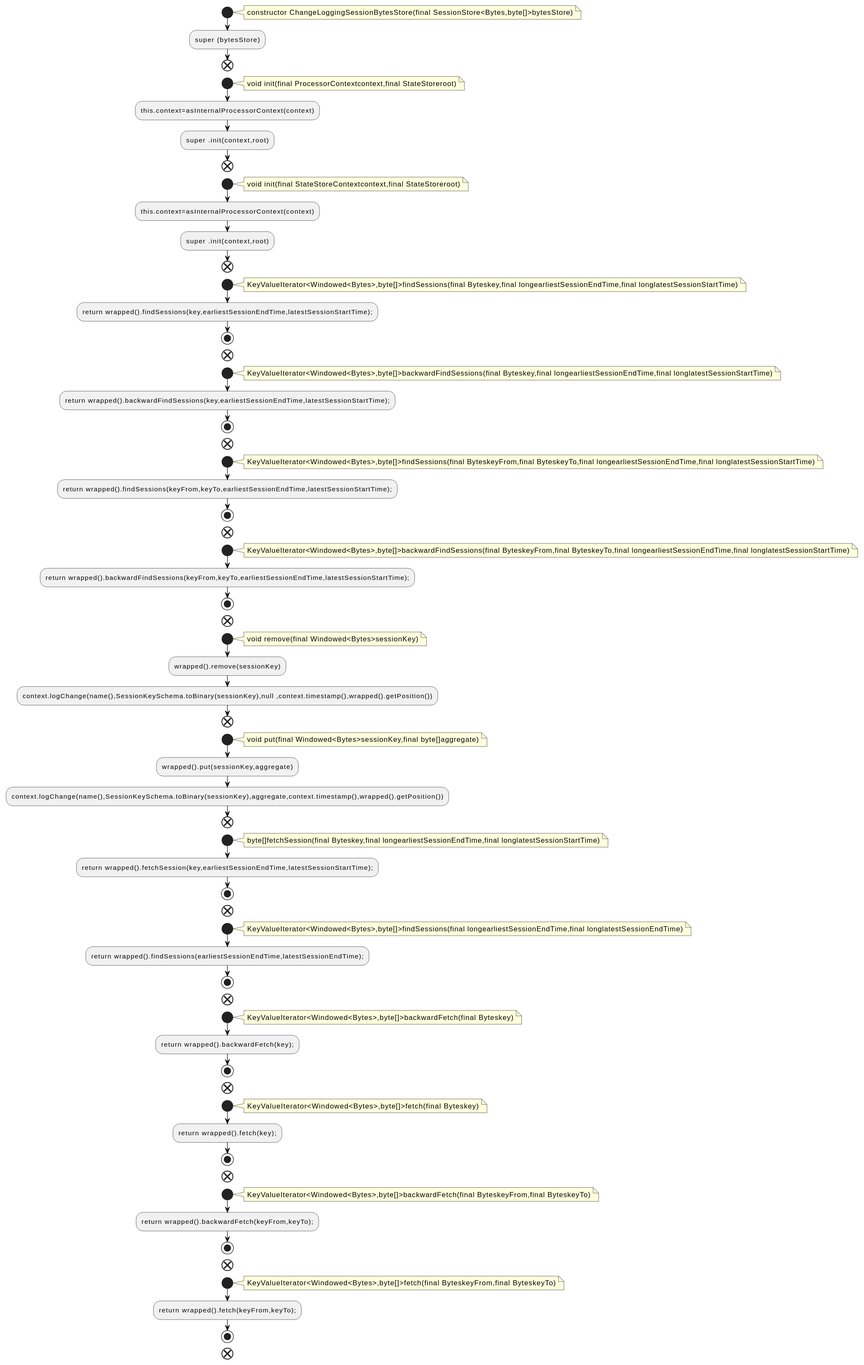
Earlier version of the PlantUML export docs/qc/streams/src/main/java/org/apache/kafka/streams/state/internals/ChangeLoggingSessionBytesStore.java.fct.svg (qualitesys/kafka).
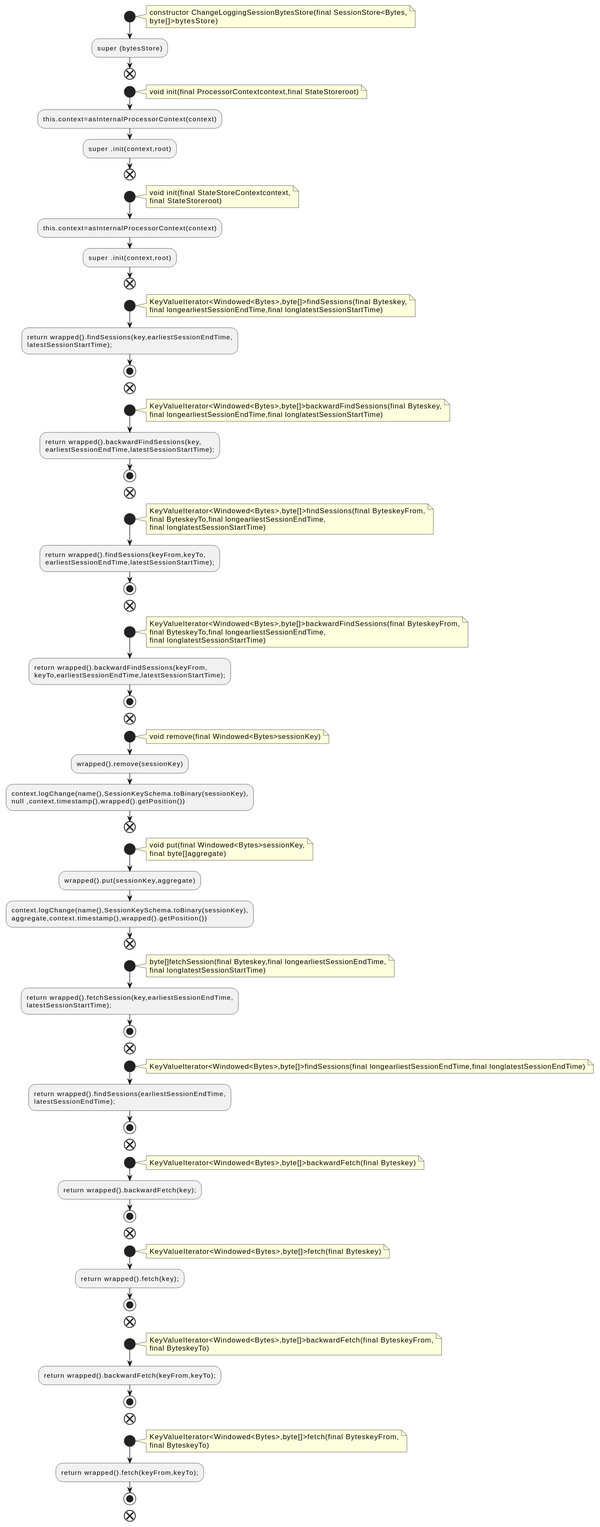
The same diagram one commit later.

The edit, as a diff of the source:
```diff
@@ -2,7 +2,8 @@
 !pragma layout smetana
 start
 note right
-constructor ChangeLoggingSessionBytesStore(final SessionStore<Bytes,byte[]>bytesStore)
+constructor ChangeLoggingSessionBytesStore(final SessionStore<Bytes,
+byte[]>bytesStore)
 end note
 :super (bytesStore);
 end
@@ -15,37 +16,48 @@
 end
 start
 note right
-void init(final StateStoreContextcontext,final StateStoreroot)
+void init(final StateStoreContextcontext,
+final StateStoreroot)
 end note
 :this.context=asInternalProcessorContext(context);
 :super .init(context,root);
 end
 start
 note right
-KeyValueIterator<Windowed<Bytes>,byte[]>findSessions(final Byteskey,final longearliestSessionEndTime,final longlatestSessionStartTime)
+KeyValueIterator<Windowed<Bytes>,byte[]>findSessions(final Byteskey,
+final longearliestSessionEndTime,final longlatestSessionStartTime)
 end note
-:return wrapped().findSessions(key,earliestSessionEndTime,latestSessionStartTime);;
+:return wrapped().findSessions(key,earliestSessionEndTime,
+latestSessionStartTime);;
 stop
 end
 start
 note right
-KeyValueIterator<Windowed<Bytes>,byte[]>backwardFindSessions(final Byteskey,final longearliestSessionEndTime,final longlatestSessionStartTime)
+KeyValueIterator<Windowed<Bytes>,byte[]>backwardFindSessions(final Byteskey,
+final longearliestSessionEndTime,final longlatestSessionStartTime)
 end note
-:return wrapped().backwardFindSessions(key,earliestSessionEndTime,latestSessionStartTime);;
+:return wrapped().backwardFindSessions(key,
+earliestSessionEndTime,latestSessionStartTime);;
 stop
 end
 start
 note right
-KeyValueIterator<Windowed<Bytes>,byte[]>findSessions(final ByteskeyFrom,final ByteskeyTo,final longearliestSessionEndTime,final longlatestSessionStartTime)
+KeyValueIterator<Windowed<Bytes>,byte[]>findSessions(final ByteskeyFrom,
+final ByteskeyTo,final longearliestSessionEndTime,
+final longlatestSessionStartTime)
 end note
-:return wrapped().findSessions(keyFrom,keyTo,earliestSessionEndTime,latestSessionStartTime);;
+:return wrapped().findSessions(keyFrom,keyTo,
+earliestSessionEndTime,latestSessionStartTime);;
 stop
 end
 start
 note right
-KeyValueIterator<Windowed<Bytes>,byte[]>backwardFindSessions(final ByteskeyFrom,final ByteskeyTo,final longearliestSessionEndTime,final longlatestSessionStartTime)
+KeyValueIterator<Windowed<Bytes>,byte[]>backwardFindSessions(final ByteskeyFrom,
+final ByteskeyTo,final longearliestSessionEndTime,
+final longlatestSessionStartTime)
 end note
-:return wrapped().backwardFindSessions(keyFrom,keyTo,earliestSessionEndTime,latestSessionStartTime);;
+:return wrapped().backwardFindSessions(keyFrom,
+keyTo,earliestSessionEndTime,latestSessionStartTime);;
 stop
 end
 start
@@ -53,27 +65,33 @@
 void remove(final Windowed<Bytes>sessionKey)
 end note
 :wrapped().remove(sessionKey);
-:context.logChange(name(),SessionKeySchema.toBinary(sessionKey),null ,context.timestamp(),wrapped().getPosition());
+:context.logChange(name(),SessionKeySchema.toBinary(sessionKey),
+null ,context.timestamp(),wrapped().getPosition());
 end
 start
 note right
-void put(final Windowed<Bytes>sessionKey,final byte[]aggregate)
+void put(final Windowed<Bytes>sessionKey,
+final byte[]aggregate)
 end note
 :wrapped().put(sessionKey,aggregate);
-:context.logChange(name(),SessionKeySchema.toBinary(sessionKey),aggregate,context.timestamp(),wrapped().getPosition());
+:context.logChange(name(),SessionKeySchema.toBinary(sessionKey),
+aggregate,context.timestamp(),wrapped().getPosition());
 end
 start
 note right
-byte[]fetchSession(final Byteskey,final longearliestSessionEndTime,final longlatestSessionStartTime)
+byte[]fetchSession(final Byteskey,final longearliestSessionEndTime,
+final longlatestSessionStartTime)
 end note
-:return wrapped().fetchSession(key,earliestSessionEndTime,latestSessionStartTime);;
+:return wrapped().fetchSession(key,earliestSessionEndTime,
+latestSessionStartTime);;
 stop
 end
 start
 note right
 KeyValueIterator<Windowed<Bytes>,byte[]>findSessions(final longearliestSessionEndTime,final longlatestSessionEndTime)
 end note
-:return wrapped().findSessions(earliestSessionEndTime,latestSessionEndTime);;
+:return wrapped().findSessions(earliestSessionEndTime,
+latestSessionEndTime);;
 stop
 end
 start
@@ -92,14 +110,16 @@
 end
 start
 note right
-KeyValueIterator<Windowed<Bytes>,byte[]>backwardFetch(final ByteskeyFrom,final ByteskeyTo)
+KeyValueIterator<Windowed<Bytes>,byte[]>backwardFetch(final ByteskeyFrom,
+final ByteskeyTo)
 end note
 :return wrapped().backwardFetch(keyFrom,keyTo);;
 stop
 end
 start
 note right
-KeyValueIterator<Windowed<Bytes>,byte[]>fetch(final ByteskeyFrom,final ByteskeyTo)
+KeyValueIterator<Windowed<Bytes>,byte[]>fetch(final ByteskeyFrom,
+final ByteskeyTo)
 end note
 :return wrapped().fetch(keyFrom,keyTo);;
 stop
```
